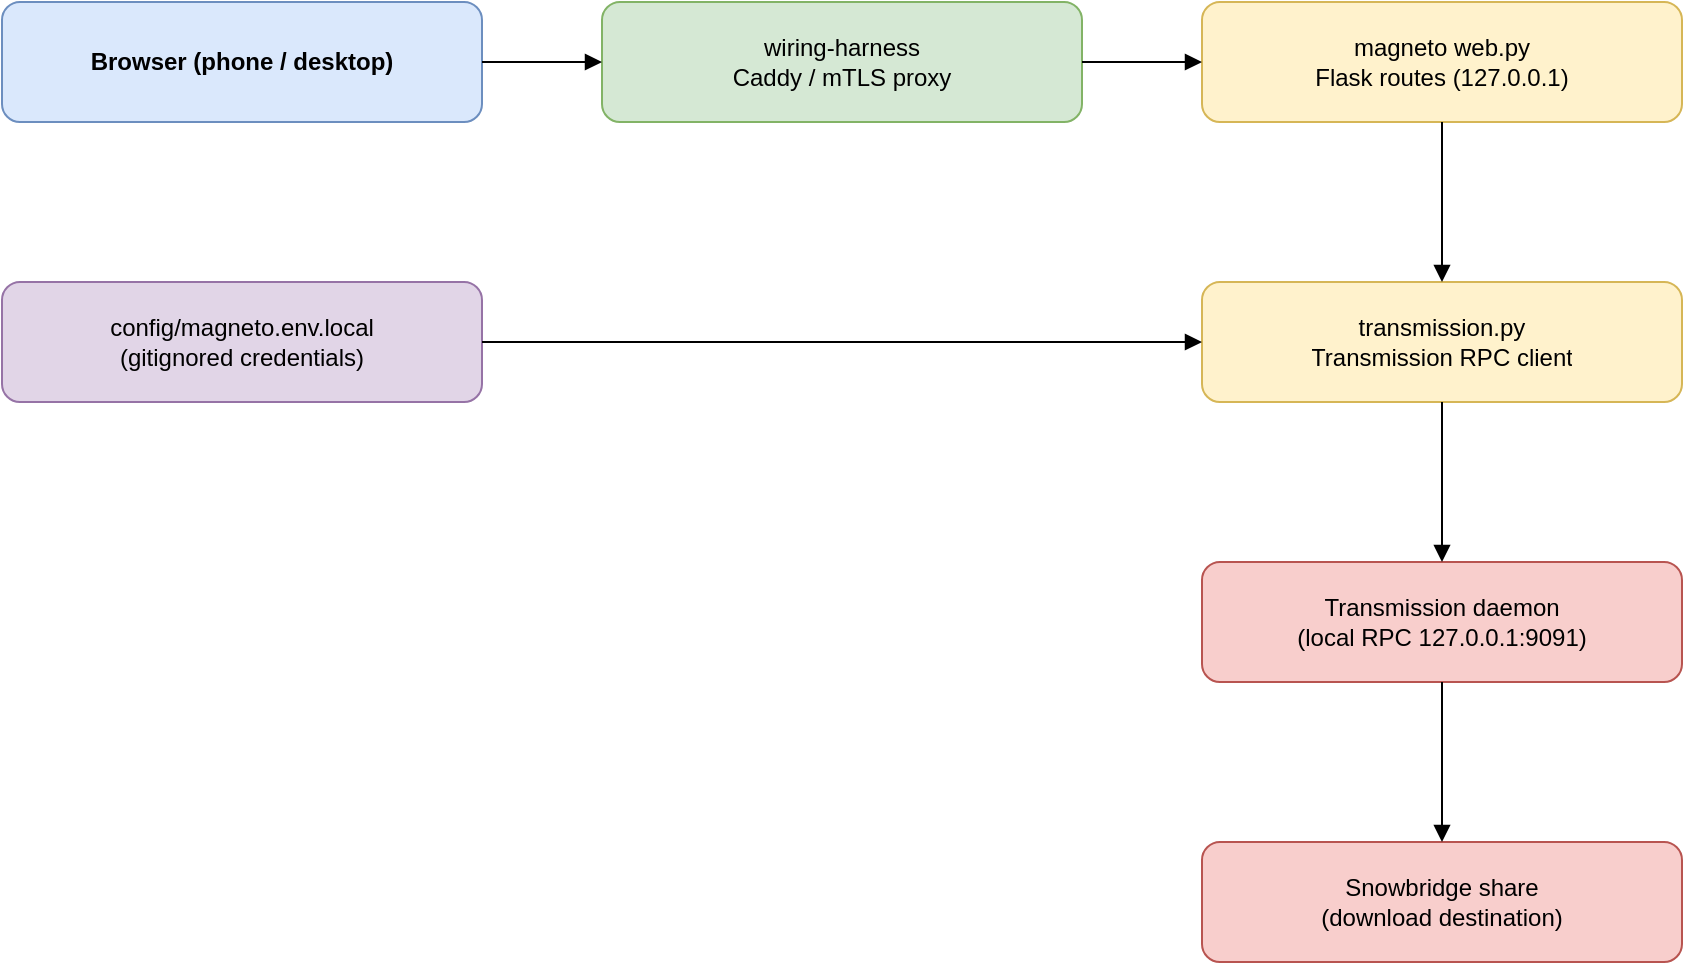
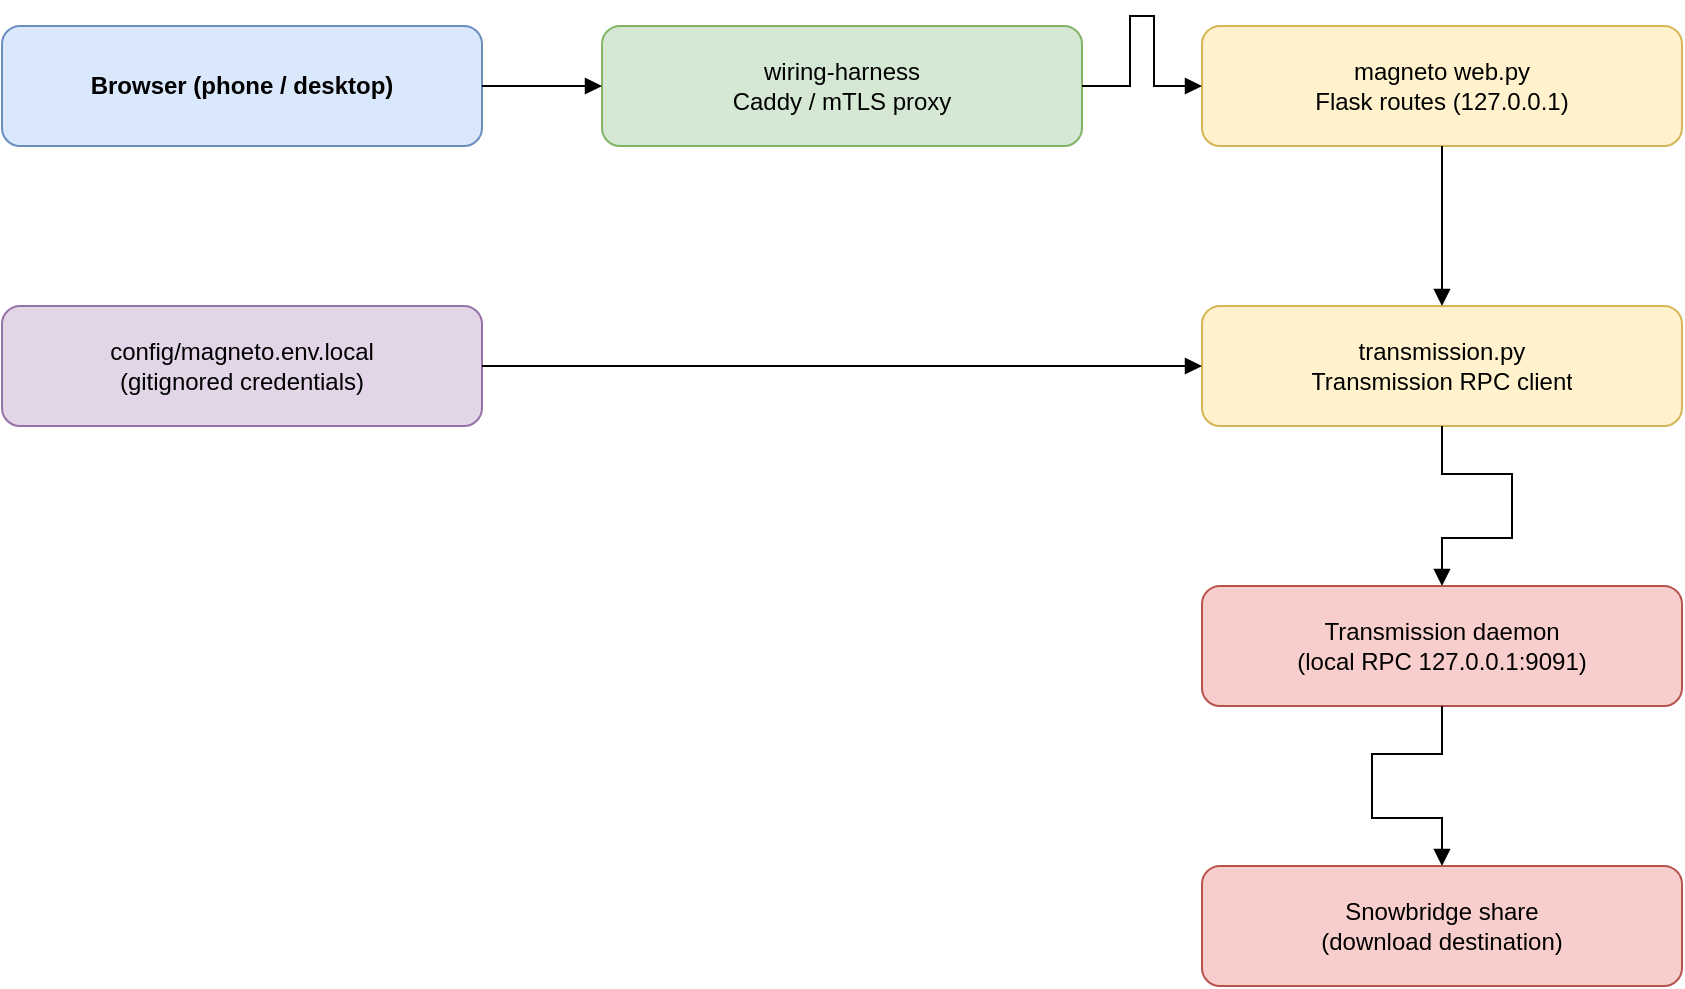
<?xml version='1.0' encoding='utf-8'?>
<mxfile host="app.diagrams.net" modified="2026-05-14T00:00:00.000Z" agent="Claude" version="24.7.17">
  <diagram id="repo-architecture" name="Page-1">
    <mxGraphModel dx="1180" dy="740" grid="1" gridSize="10" guides="1" tooltips="1" connect="1" arrows="1" fold="1" page="1" pageScale="1" pageWidth="1100" pageHeight="850" math="0" shadow="0">
      <root>
        <mxCell id="0" />
        <mxCell id="1" parent="0" />
        <mxCell id="2" value="Browser (phone / desktop)" style="rounded=1;whiteSpace=wrap;html=1;overflow=hidden;fillColor=#dae8fc;strokeColor=#6c8ebf;fontStyle=1;" vertex="1" parent="1">
          <mxGeometry x="80" y="40" width="240" height="60" as="geometry" />
        </mxCell>
        <mxCell id="3" value="wiring-harness&#10;Caddy / mTLS proxy" style="rounded=1;whiteSpace=wrap;html=1;overflow=hidden;fillColor=#d5e8d4;strokeColor=#82b366;" vertex="1" parent="1">
          <mxGeometry x="380" y="40" width="240" height="60" as="geometry" />
        </mxCell>
        <mxCell id="4" value="magneto web.py&#10;Flask routes (127.0.0.1)" style="rounded=1;whiteSpace=wrap;html=1;overflow=hidden;fillColor=#fff2cc;strokeColor=#d6b656;" vertex="1" parent="1">
          <mxGeometry x="680" y="40" width="240" height="60" as="geometry" />
        </mxCell>
        <mxCell id="5" value="transmission.py&#10;Transmission RPC client" style="rounded=1;whiteSpace=wrap;html=1;overflow=hidden;fillColor=#fff2cc;strokeColor=#d6b656;" vertex="1" parent="1">
          <mxGeometry x="680" y="180" width="240" height="60" as="geometry" />
        </mxCell>
        <mxCell id="6" value="Transmission daemon&#10;(local RPC 127.0.0.1:9091)" style="rounded=1;whiteSpace=wrap;html=1;overflow=hidden;fillColor=#f8cecc;strokeColor=#b85450;" vertex="1" parent="1">
          <mxGeometry x="680" y="320" width="240" height="60" as="geometry" />
        </mxCell>
        <mxCell id="7" value="Snowbridge share&#10;(download destination)" style="rounded=1;whiteSpace=wrap;html=1;overflow=hidden;fillColor=#f8cecc;strokeColor=#b85450;" vertex="1" parent="1">
          <mxGeometry x="680" y="460" width="240" height="60" as="geometry" />
        </mxCell>
        <mxCell id="8" value="config/magneto.env.local&#10;(gitignored credentials)" style="rounded=1;whiteSpace=wrap;html=1;overflow=hidden;fillColor=#e1d5e7;strokeColor=#9673a6;" vertex="1" parent="1">
          <mxGeometry x="80" y="180" width="240" height="60" as="geometry" />
        </mxCell>
-         <mxCell id="9" style="edgeStyle=orthogonalEdgeStyle;rounded=0;html=1;endArrow=block;endFill=1;" edge="1" parent="1" source="2" target="3">
-           <mxGeometry relative="1" as="geometry" />
+         <mxCell id="9" style="edgeStyle=orthogonalEdgeStyle;rounded=0;html=1;endArrow=block;endFill=1;jumpStyle=arc;jumpSize=10;" edge="1" parent="1" source="2" target="3">
+           <mxGeometry relative="1" as="geometry" archilityManagedRoute="1">
+             <Array as="points">
+               <mxPoint x="344" y="70" />
+               <mxPoint x="356" y="70" />
+             </Array>
+           </mxGeometry>
        </mxCell>
-         <mxCell id="10" style="edgeStyle=orthogonalEdgeStyle;rounded=0;html=1;endArrow=block;endFill=1;" edge="1" parent="1" source="3" target="4">
-           <mxGeometry relative="1" as="geometry" />
+         <mxCell id="10" style="edgeStyle=orthogonalEdgeStyle;rounded=0;html=1;endArrow=block;endFill=1;jumpStyle=arc;jumpSize=10;" edge="1" parent="1" source="3" target="4">
+           <mxGeometry relative="1" as="geometry" archilityManagedRoute="1">
+             <Array as="points">
+               <mxPoint x="644" y="70" />
+               <mxPoint x="644" y="35" />
+               <mxPoint x="656" y="35" />
+               <mxPoint x="656" y="70" />
+             </Array>
+           </mxGeometry>
        </mxCell>
-         <mxCell id="11" style="edgeStyle=orthogonalEdgeStyle;rounded=0;html=1;endArrow=block;endFill=1;" edge="1" parent="1" source="4" target="5">
-           <mxGeometry relative="1" as="geometry" />
+         <mxCell id="11" style="edgeStyle=orthogonalEdgeStyle;rounded=0;html=1;endArrow=block;endFill=1;jumpStyle=arc;jumpSize=10;" edge="1" parent="1" source="4" target="5">
+           <mxGeometry relative="1" as="geometry" archilityManagedRoute="1">
+             <Array as="points">
+               <mxPoint x="800" y="124" />
+               <mxPoint x="800" y="156" />
+             </Array>
+           </mxGeometry>
        </mxCell>
-         <mxCell id="12" style="edgeStyle=orthogonalEdgeStyle;rounded=0;html=1;endArrow=block;endFill=1;" edge="1" parent="1" source="5" target="6">
-           <mxGeometry relative="1" as="geometry" />
+         <mxCell id="12" style="edgeStyle=orthogonalEdgeStyle;rounded=0;html=1;endArrow=block;endFill=1;jumpStyle=arc;jumpSize=10;" edge="1" parent="1" source="5" target="6">
+           <mxGeometry relative="1" as="geometry" archilityManagedRoute="1">
+             <Array as="points">
+               <mxPoint x="800" y="264" />
+               <mxPoint x="835" y="264" />
+               <mxPoint x="835" y="296" />
+               <mxPoint x="800" y="296" />
+             </Array>
+           </mxGeometry>
        </mxCell>
-         <mxCell id="13" style="edgeStyle=orthogonalEdgeStyle;rounded=0;html=1;endArrow=block;endFill=1;" edge="1" parent="1" source="6" target="7">
-           <mxGeometry relative="1" as="geometry" />
+         <mxCell id="13" style="edgeStyle=orthogonalEdgeStyle;rounded=0;html=1;endArrow=block;endFill=1;jumpStyle=arc;jumpSize=10;" edge="1" parent="1" source="6" target="7">
+           <mxGeometry relative="1" as="geometry" archilityManagedRoute="1">
+             <Array as="points">
+               <mxPoint x="800" y="404" />
+               <mxPoint x="765" y="404" />
+               <mxPoint x="765" y="436" />
+               <mxPoint x="800" y="436" />
+             </Array>
+           </mxGeometry>
        </mxCell>
-         <mxCell id="14" style="edgeStyle=orthogonalEdgeStyle;rounded=0;html=1;endArrow=block;endFill=1;" edge="1" parent="1" source="8" target="5">
-           <mxGeometry relative="1" as="geometry" />
+         <mxCell id="14" style="edgeStyle=orthogonalEdgeStyle;rounded=0;html=1;endArrow=block;endFill=1;jumpStyle=arc;jumpSize=10;" edge="1" parent="1" source="8" target="5">
+           <mxGeometry relative="1" as="geometry" archilityManagedRoute="1">
+             <Array as="points">
+               <mxPoint x="344" y="210" />
+               <mxPoint x="656" y="210" />
+             </Array>
+           </mxGeometry>
        </mxCell>
      </root>
    </mxGraphModel>
  </diagram>
</mxfile>
